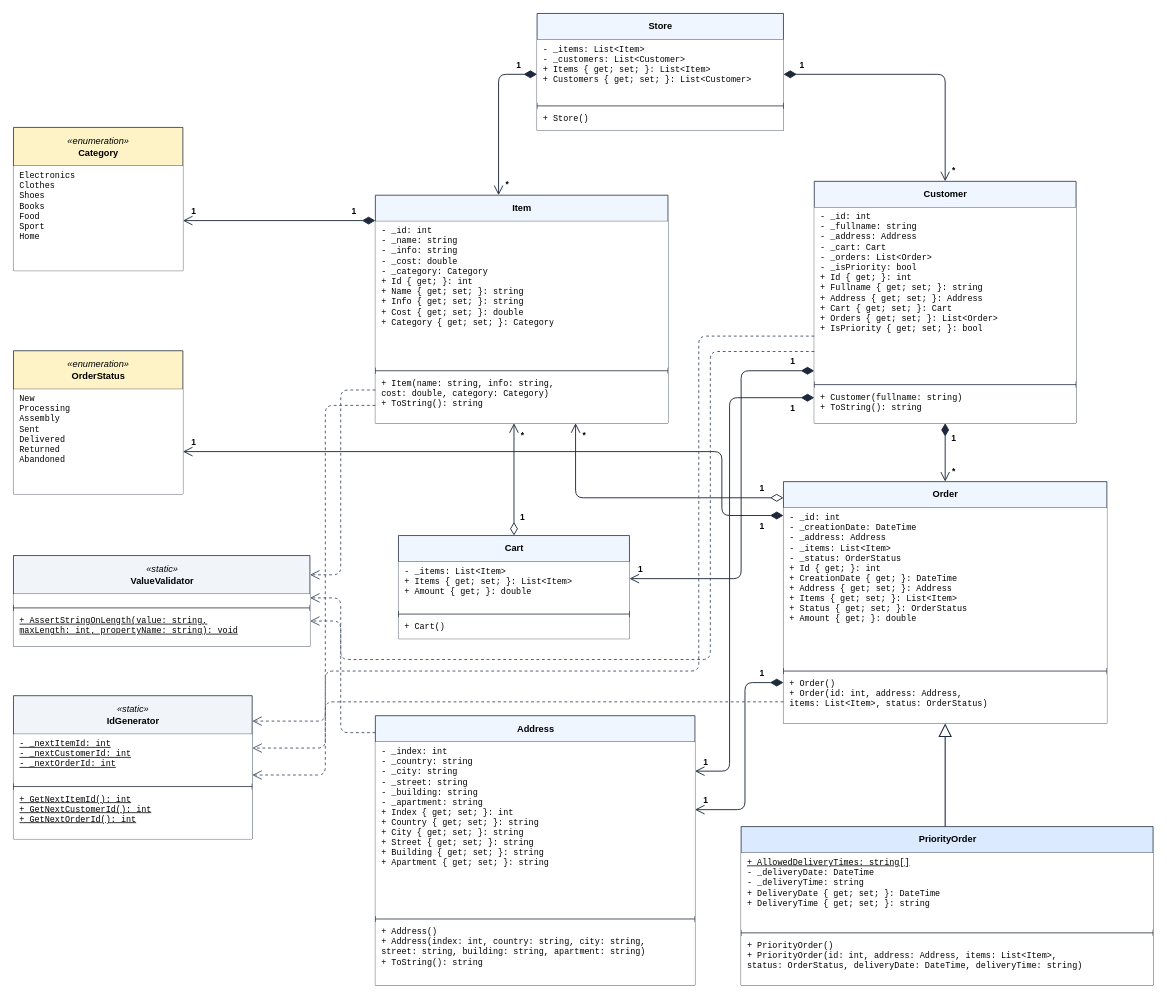
Above: Laba4.drawio in StakanasD/ObjectOrientedPractics (draw.io), before the change. Source tidied: cells renumbered, new cells numbered last; positions are measured from the earlier drawing's top-left corner, leaving out a move shared by most shapes. Both pictures are drawn from the tidied source at 77%, with x=0, y=0 at pixel (13, 13).
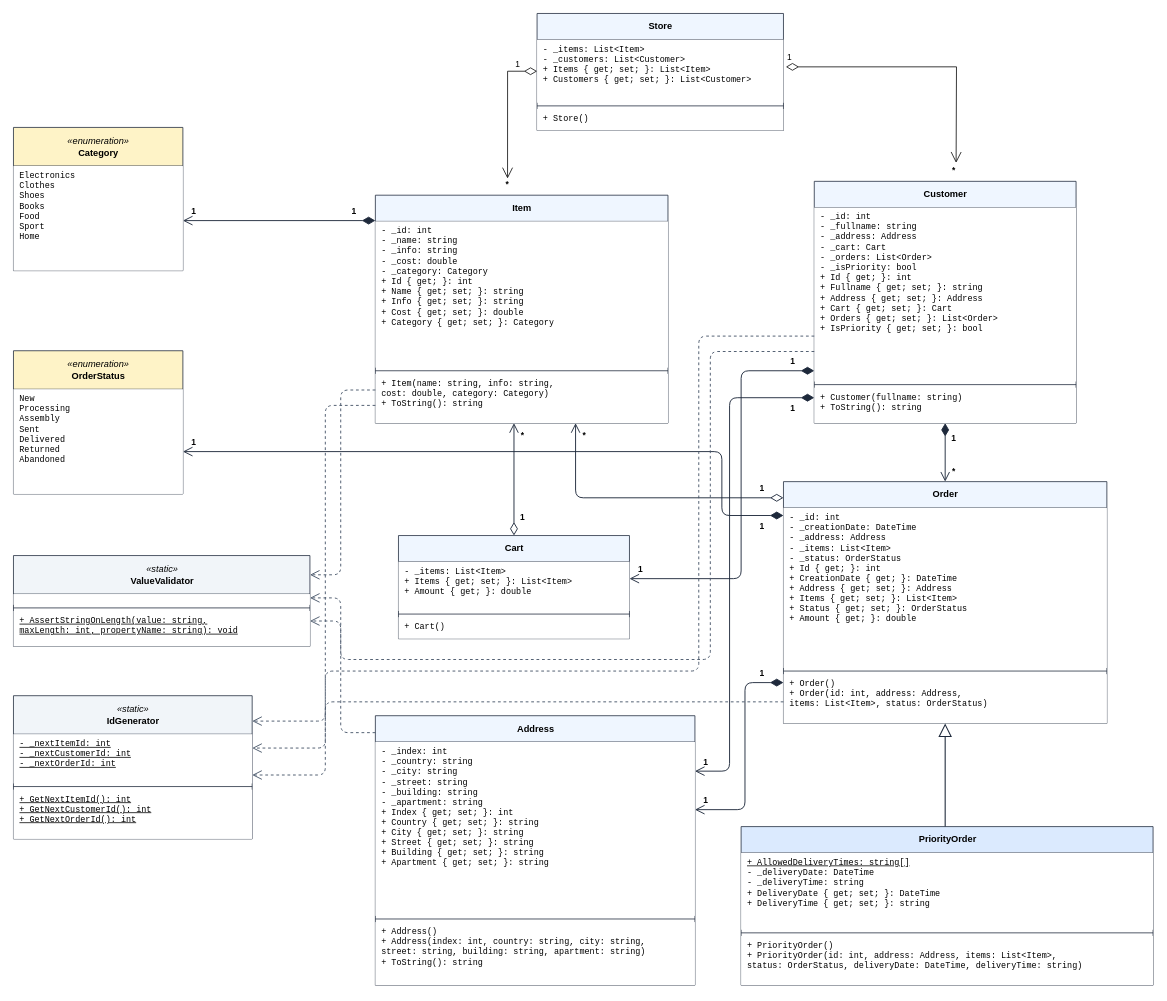
After the change.

Commit message (it also covers changes not shown here):
Выполнено задание №6: Стандартные интерфейсы и добавлена UML-диаграмма

The change refers to these unchanged cells:
```xml
<mxCell id="3" value="- _items: List&amp;lt;Item&amp;gt;&lt;br&gt;- _customers: List&amp;lt;Customer&amp;gt;&lt;br&gt;+ Items { get; set; }: List&amp;lt;Item&amp;gt;&lt;br&gt;+ Customers { get; set; }: List&amp;lt;Customer&amp;gt;" style="text;strokeColor=none;fillColor=#ffffff;align=left;verticalAlign=top;spacingLeft=6;spacingRight=4;overflow=hidden;points=[[0,0.5],[1,0.5]];portConstraint=eastwest;html=1;fontFamily=Courier New;fontSize=11;" parent="2" vertex="1">
  <mxGeometry y="34" width="320" height="82" as="geometry" />
</mxCell>
<mxCell id="44" value="&lt;b&gt;*&lt;/b&gt;" style="text;html=1;align=center;verticalAlign=middle;points=[];strokeColor=none;fillColor=none;fontSize=11;" parent="1" vertex="1">
  <mxGeometry x="631" y="212" width="20" height="20" as="geometry" />
</mxCell>
```

Change to the diagram source:
```diff
@@
-    <mxCell id="42" style="edgeStyle=orthogonalEdgeStyle;html=1;endArrow=open;endFill=0;startArrow=diamondThin;startFill=1;startSize=14;endSize=10;strokeColor=#1e293b;strokeWidth=1.2;" parent="1" edge="1">
-      <mxGeometry relative="1" as="geometry">
-        <mxPoint x="680" y="79" as="sourcePoint" />
-        <mxPoint x="630" y="236" as="targetPoint" />
-        <Array as="points">
-          <mxPoint x="630" y="79" />
-        </Array>
-      </mxGeometry>
-    </mxCell>
-    <mxCell id="43" value="&lt;b&gt;1&lt;/b&gt;" style="text;html=1;align=center;verticalAlign=middle;strokeColor=none;fillColor=none;fontSize=11;" parent="1" vertex="1">
-      <mxGeometry x="646" y="57" width="20" height="20" as="geometry" />
-    </mxCell>
@@
-    <mxCell id="45" style="edgeStyle=orthogonalEdgeStyle;html=1;endArrow=open;endFill=0;startArrow=diamondThin;startFill=1;startSize=14;endSize=10;strokeColor=#1e293b;strokeWidth=1.2;" parent="1" edge="1">
-      <mxGeometry relative="1" as="geometry">
-        <mxPoint x="1000" y="79" as="sourcePoint" />
-        <mxPoint x="1210" y="218" as="targetPoint" />
-        <Array as="points">
-          <mxPoint x="1210" y="79" />
-        </Array>
-      </mxGeometry>
-    </mxCell>
-    <mxCell id="46" value="&lt;b&gt;1&lt;/b&gt;" style="text;html=1;align=center;verticalAlign=middle;strokeColor=none;fillColor=none;fontSize=11;" parent="1" vertex="1">
-      <mxGeometry x="1014" y="57" width="20" height="20" as="geometry" />
-    </mxCell>
@@
+    <mxCell id="79" value="1" style="endArrow=open;html=1;endSize=12;startArrow=diamondThin;startSize=14;startFill=0;edgeStyle=orthogonalEdgeStyle;align=left;verticalAlign=bottom;rounded=0;defaultLabelBackgroundColor=page;labelPadding=0 4;entryX=0.658;entryY=0.017;entryDx=0;entryDy=0;entryPerimeter=0;exitX=1.01;exitY=0.431;exitDx=0;exitDy=0;exitPerimeter=0;" parent="1" edge="1" source="3">
+      <mxGeometry x="-1" y="3" relative="1" as="geometry">
+        <mxPoint x="1224.2" y="194" as="targetPoint" />
+      </mxGeometry>
+    </mxCell>
+    <mxCell id="80" value="1" style="endArrow=open;html=1;endSize=12;startArrow=diamondThin;startSize=14;startFill=0;edgeStyle=orthogonalEdgeStyle;align=left;verticalAlign=bottom;rounded=0;defaultLabelBackgroundColor=page;labelPadding=0 4;entryX=0.533;entryY=0.117;entryDx=0;entryDy=0;entryPerimeter=0;" parent="1" edge="1" source="3" target="44">
+      <mxGeometry x="-0.66" relative="1" as="geometry" />
+    </mxCell>
```
